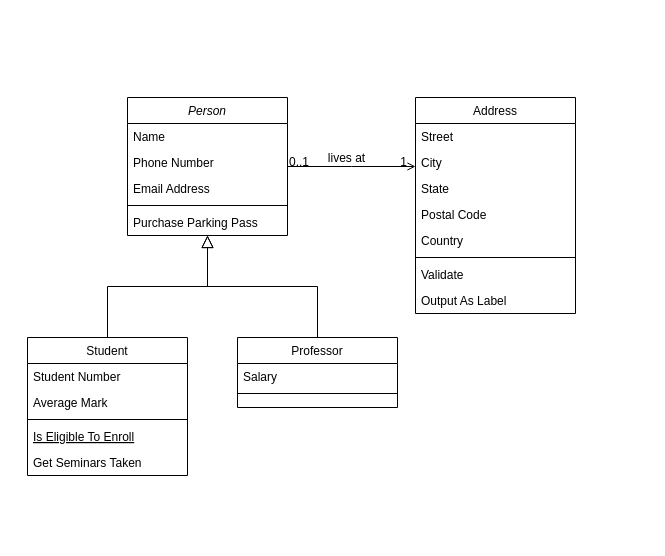
Above: Untitled Diagram.drawio in ianarazny/works (draw.io), before the change. Source tidied: cells renumbered, new cells numbered last; positions are measured from the earlier drawing's top-left corner, leaving out a move shared by most shapes. Both pictures are drawn from the tidied source at 100%, with x=0, y=0 at pixel (27, 97).
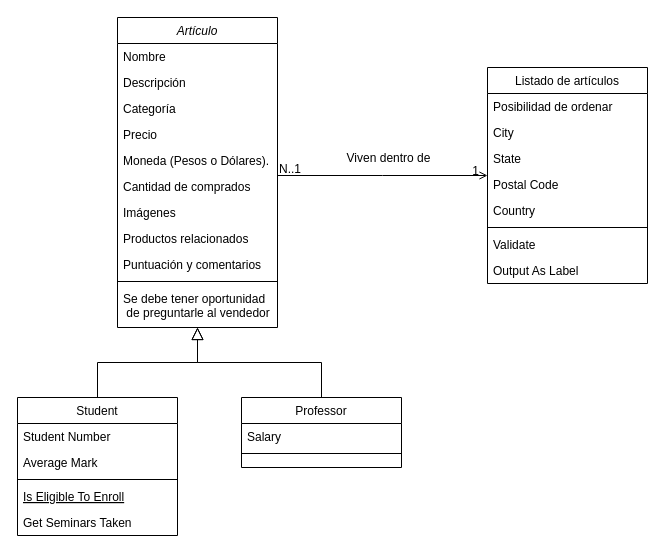
After the change.

Unchanged cells that the change refers to:
```xml
<mxCell id="28" style="endArrow=open;shadow=0;strokeWidth=1;rounded=0;endFill=1;edgeStyle=elbowEdgeStyle;elbow=vertical;" parent="1" edge="1" source="2" target="19">
  <mxGeometry x="0.5" y="41" relative="1" as="geometry">
    <mxPoint x="-40" y="32" as="offset" />
  </mxGeometry>
</mxCell>
```

Diff of the diagram source:
```diff
@@
-    <mxCell id="2" value="Person" style="swimlane;fontStyle=2;align=center;verticalAlign=top;horizontal=1;startSize=26;rounded=0;shadow=0;strokeWidth=1;" parent="1" vertex="1">
-      <mxGeometry x="100" width="160" height="138" as="geometry" />
+    <mxCell id="2" value="Artículo" style="swimlane;fontStyle=2;align=center;verticalAlign=top;horizontal=1;startSize=26;rounded=0;shadow=0;strokeWidth=1;" parent="1" vertex="1">
+      <mxGeometry x="90" y="-80" width="160" height="310" as="geometry" />
     </mxCell>
-    <mxCell id="3" value="Name" style="text;align=left;verticalAlign=top;spacingLeft=4;spacingRight=4;overflow=hidden;" parent="2" vertex="1">
+    <mxCell id="3" value="Nombre" style="text;align=left;verticalAlign=top;spacingLeft=4;spacingRight=4;overflow=hidden;" parent="2" vertex="1">
       <mxGeometry y="26" width="160" height="26" as="geometry" />
     </mxCell>
-    <mxCell id="4" value="Phone Number" style="text;align=left;verticalAlign=top;spacingLeft=4;spacingRight=4;overflow=hidden;rounded=0;shadow=0;html=0;" parent="2" vertex="1">
+    <mxCell id="4" value="Descripción" style="text;align=left;verticalAlign=top;spacingLeft=4;spacingRight=4;overflow=hidden;rounded=0;shadow=0;html=0;" parent="2" vertex="1">
       <mxGeometry y="52" width="160" height="26" as="geometry" />
     </mxCell>
-    <mxCell id="5" value="Email Address" style="text;align=left;verticalAlign=top;spacingLeft=4;spacingRight=4;overflow=hidden;rounded=0;shadow=0;html=0;" parent="2" vertex="1">
+    <mxCell id="5" value="Categoría&#10;" style="text;align=left;verticalAlign=top;spacingLeft=4;spacingRight=4;overflow=hidden;rounded=0;shadow=0;html=0;" parent="2" vertex="1">
       <mxGeometry y="78" width="160" height="26" as="geometry" />
     </mxCell>
+    <mxCell id="32" value="Precio    " style="text;align=left;verticalAlign=top;spacingLeft=4;spacingRight=4;overflow=hidden;rounded=0;shadow=0;html=0;" parent="2" vertex="1">
+      <mxGeometry y="104" width="160" height="26" as="geometry" />
+    </mxCell>
+    <mxCell id="33" value="Moneda (Pesos o Dólares)." style="text;align=left;verticalAlign=top;spacingLeft=4;spacingRight=4;overflow=hidden;rounded=0;shadow=0;html=0;" parent="2" vertex="1">
+      <mxGeometry y="130" width="160" height="26" as="geometry" />
+    </mxCell>
+    <mxCell id="34" value="Cantidad de comprados" style="text;align=left;verticalAlign=top;spacingLeft=4;spacingRight=4;overflow=hidden;rounded=0;shadow=0;html=0;" parent="2" vertex="1">
+      <mxGeometry y="156" width="160" height="26" as="geometry" />
+    </mxCell>
+    <mxCell id="35" value="Imágenes" style="text;align=left;verticalAlign=top;spacingLeft=4;spacingRight=4;overflow=hidden;rounded=0;shadow=0;html=0;" parent="2" vertex="1">
+      <mxGeometry y="182" width="160" height="26" as="geometry" />
+    </mxCell>
+    <mxCell id="36" value="Productos relacionados" style="text;align=left;verticalAlign=top;spacingLeft=4;spacingRight=4;overflow=hidden;rounded=0;shadow=0;html=0;" parent="2" vertex="1">
+      <mxGeometry y="208" width="160" height="26" as="geometry" />
+    </mxCell>
+    <mxCell id="37" value="Puntuación y comentarios" style="text;align=left;verticalAlign=top;spacingLeft=4;spacingRight=4;overflow=hidden;rounded=0;shadow=0;html=0;" parent="2" vertex="1">
+      <mxGeometry y="234" width="160" height="26" as="geometry" />
+    </mxCell>
     <mxCell id="6" style="line;html=1;strokeWidth=1;align=left;verticalAlign=middle;spacingTop=-1;spacingLeft=3;spacingRight=3;labelPosition=right;" parent="2" vertex="1">
-      <mxGeometry y="104" width="160" height="8" as="geometry" />
+      <mxGeometry y="260" width="160" height="8" as="geometry" />
     </mxCell>
-    <mxCell id="7" value="Purchase Parking Pass" style="text;align=left;verticalAlign=top;spacingLeft=4;spacingRight=4;overflow=hidden;" parent="2" vertex="1">
-      <mxGeometry y="112" width="160" height="26" as="geometry" />
+    <mxCell id="7" value="Se debe tener oportunidad&#10; de preguntarle al vendedor&#10;" style="text;align=left;verticalAlign=top;spacingLeft=4;spacingRight=4;overflow=hidden;" parent="2" vertex="1">
+      <mxGeometry y="268" width="160" height="42" as="geometry" />
     </mxCell>
     <mxCell id="8" value="Student" style="swimlane;fontStyle=0;align=center;verticalAlign=top;horizontal=1;startSize=26;rounded=0;shadow=0;strokeWidth=1;" parent="1" vertex="1">
-      <mxGeometry y="240" width="160" height="138" as="geometry" />
+      <mxGeometry x="-10" y="300" width="160" height="138" as="geometry" />
     </mxCell>
@@
     <mxCell id="15" value="Professor" style="swimlane;fontStyle=0;align=center;verticalAlign=top;horizontal=1;startSize=26;rounded=0;shadow=0;strokeWidth=1;" parent="1" vertex="1">
-      <mxGeometry x="210" y="240" width="160" height="70" as="geometry" />
+      <mxGeometry x="214" y="300" width="160" height="70" as="geometry" />
     </mxCell>
@@
-    <mxCell id="19" value="Address" style="swimlane;fontStyle=0;align=center;verticalAlign=top;horizontal=1;startSize=26;rounded=0;shadow=0;strokeWidth=1;" parent="1" vertex="1">
-      <mxGeometry x="388" width="160" height="216" as="geometry" />
+    <mxCell id="19" value="Listado de artículos" style="swimlane;fontStyle=0;align=center;verticalAlign=top;horizontal=1;startSize=26;rounded=0;shadow=0;strokeWidth=1;" parent="1" vertex="1">
+      <mxGeometry x="460" y="-30" width="160" height="216" as="geometry" />
     </mxCell>
-    <mxCell id="20" value="Street" style="text;align=left;verticalAlign=top;spacingLeft=4;spacingRight=4;overflow=hidden;" parent="19" vertex="1">
+    <mxCell id="20" value="Posibilidad de ordenar" style="text;align=left;verticalAlign=top;spacingLeft=4;spacingRight=4;overflow=hidden;" parent="19" vertex="1">
       <mxGeometry y="26" width="160" height="26" as="geometry" />
     </mxCell>
@@
-    <mxCell id="29" value="0..1" style="align=left;verticalAlign=bottom;labelBackgroundColor=none;fontSize=12;" parent="28" vertex="1">
+    <mxCell id="29" value="N..1" style="align=left;verticalAlign=bottom;labelBackgroundColor=none;fontSize=12;" parent="28" vertex="1">
       <mxGeometry x="-1" relative="1" as="geometry">
-        <mxPoint y="4" as="offset" />
+        <mxPoint y="2" as="offset" />
       </mxGeometry>
     </mxCell>
@@
-    <mxCell id="31" value="lives at" style="text;html=1;align=center;verticalAlign=middle;labelBackgroundColor=none;rounded=0;shadow=0;strokeWidth=1;fontSize=12;" parent="28" vertex="1">
+    <mxCell id="31" value="Viven dentro de" style="text;html=1;align=center;verticalAlign=middle;labelBackgroundColor=none;rounded=0;shadow=0;strokeWidth=1;fontSize=12;" parent="28" vertex="1">
       <mxGeometry x="0.5" y="49" relative="1" as="geometry">
-        <mxPoint x="-38" y="40" as="offset" />
+        <mxPoint x="-48" y="31" as="offset" />
       </mxGeometry>
     </mxCell>
```
